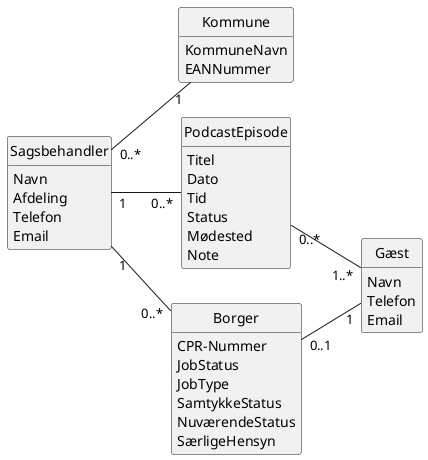
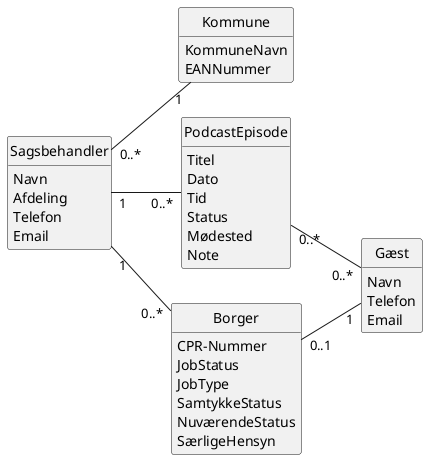
@startuml Domænemodel


left to right direction

class Gæst {
    Navn
    Telefon
    Email
}


class Kommune{
    KommuneNavn
    EANNummer
}

class PodcastEpisode {
    Titel
    Dato
    Tid
    Status
    Mødested
    Note
}

class Borger {
    CPR-Nummer
    JobStatus
    JobType
    SamtykkeStatus
    NuværendeStatus
    SærligeHensyn
}
class Sagsbehandler{
    Navn
    Afdeling
    Telefon
    Email
}



- PodcastEpisode "0..*" -- "1..*" Gæst
+ PodcastEpisode "0..*" -- "0..*" Gæst
Sagsbehandler "1" -- "0..*" PodcastEpisode
Borger "0..1" -- "1" Gæst
Sagsbehandler "0..*" -- "1"Kommune
Sagsbehandler "1" -- "0..*"Borger

hide circle
hide methods

@enduml
